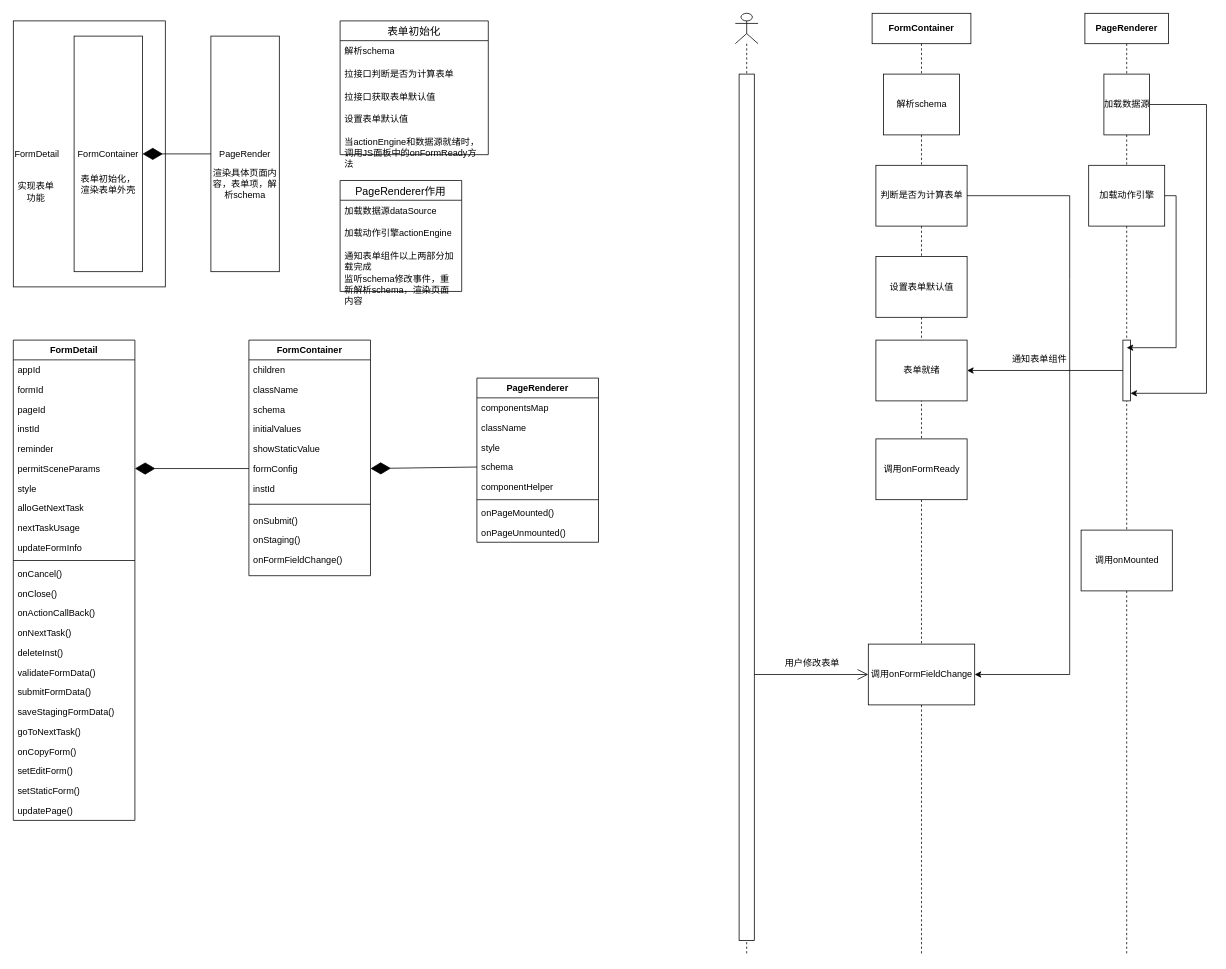
Above: 包含关系图 的副本.drawio in FoxJokerEila/- (draw.io), before the change. Source tidied: cells renumbered, new cells numbered last; positions are measured from the earlier drawing's top-left corner, leaving out a move shared by most shapes. Both pictures are drawn from the tidied source at 76%, with x=0, y=0 at pixel (13, 13).
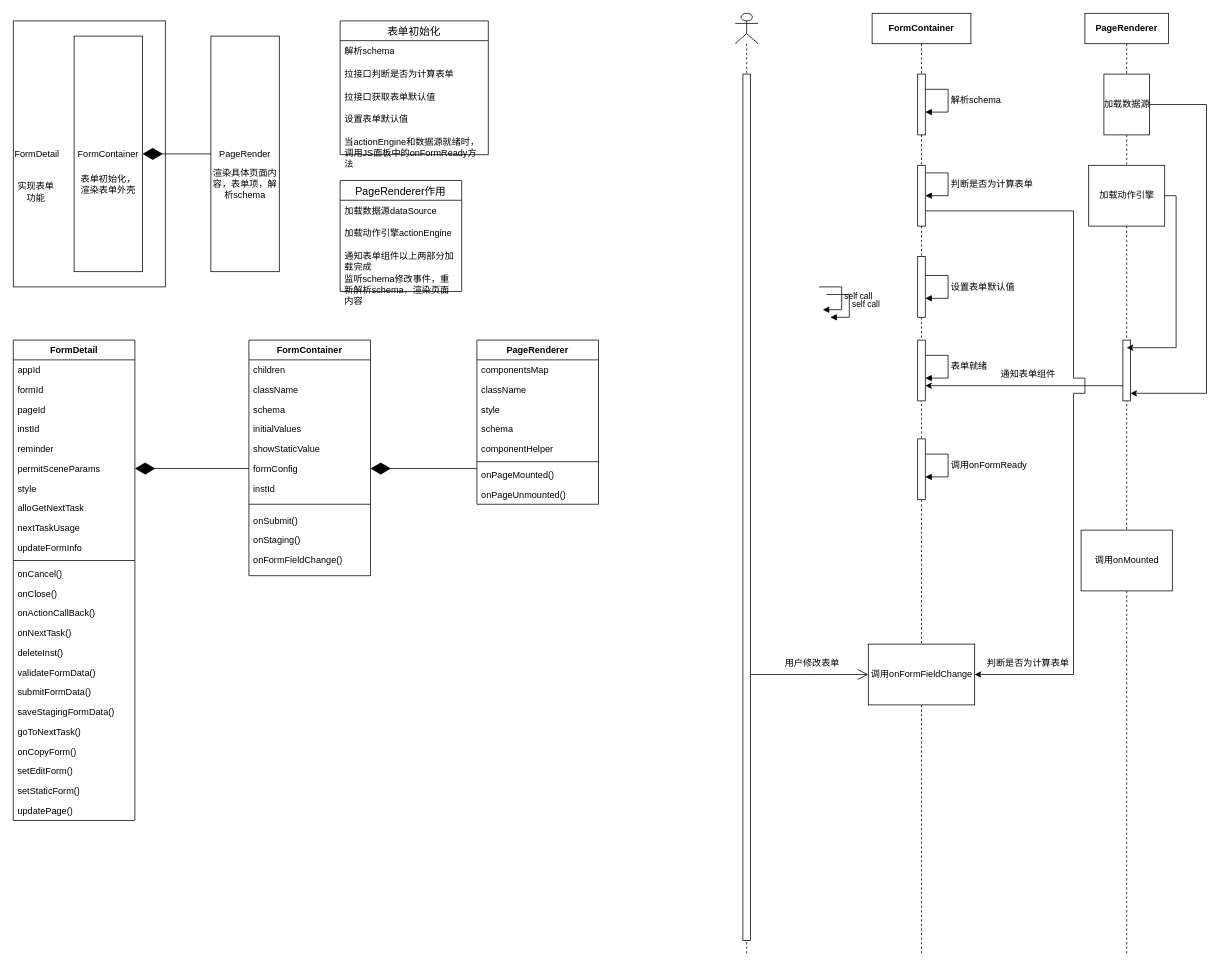
After the change.

Commit message:
更新包含关系图 的副本.drawio

The change refers to these unchanged cells:
```xml
<mxCell id="26" value="formConfig" style="text;align=left;verticalAlign=top;spacingLeft=4;spacingRight=4;overflow=hidden;points=[[0,0.5],[1,0.5]];portConstraint=eastwest;rounded=0;shadow=0;html=0;" parent="20" vertex="1">
  <mxGeometry y="156" width="160" height="26" as="geometry" />
</mxCell>
<mxCell id="36" value="schema" style="text;strokeColor=none;fillColor=none;align=left;verticalAlign=top;spacingLeft=4;spacingRight=4;overflow=hidden;points=[[0,0.5],[1,0.5]];portConstraint=eastwest;whiteSpace=wrap;html=1;" parent="32" vertex="1">
  <mxGeometry y="104" width="160" height="26" as="geometry" />
</mxCell>
<mxCell id="68" value="&lt;span style=&quot;font-weight: 700; text-wrap: nowrap;&quot;&gt;FormContainer&lt;/span&gt;" style="shape=umlLifeline;perimeter=lifelinePerimeter;whiteSpace=wrap;html=1;newEdgeStyle={&quot;curved&quot;:0,&quot;rounded&quot;:0};" parent="1" vertex="1">
  <mxGeometry x="1130" width="130" height="1240" as="geometry" />
</mxCell>
<mxCell id="74" value="调用onFormFieldChange" style="html=1;points=[[0,0,0,0,5],[0,1,0,0,-5],[1,0,0,0,5],[1,1,0,0,-5]];perimeter=orthogonalPerimeter;outlineConnect=0;targetShapes=umlLifeline;portConstraint=eastwest;newEdgeStyle={&quot;curved&quot;:0,&quot;rounded&quot;:0};" parent="68" vertex="1">
  <mxGeometry x="-5" y="830" width="140" height="80" as="geometry" />
</mxCell>
<mxCell id="79" style="html=1;points=[[0,0,0,0,5],[0,1,0,0,-5],[1,0,0,0,5],[1,1,0,0,-5]];perimeter=orthogonalPerimeter;outlineConnect=0;targetShapes=umlLifeline;portConstraint=eastwest;newEdgeStyle={&quot;curved&quot;:0,&quot;rounded&quot;:0};" parent="75" vertex="1">
  <mxGeometry x="50" y="430" width="10" height="80" as="geometry" />
</mxCell>
<mxCell id="84" style="shape=umlLifeline;perimeter=lifelinePerimeter;whiteSpace=wrap;html=1;newEdgeStyle={&quot;curved&quot;:0,&quot;rounded&quot;:0};participant=umlActor;" parent="1" vertex="1">
  <mxGeometry x="950" width="30" height="1240" as="geometry" />
</mxCell>
```

What changed in the source:
```diff
@@
     <mxCell id="32" value="PageRenderer" style="swimlane;fontStyle=1;align=center;verticalAlign=top;horizontal=1;startSize=26;whiteSpace=wrap;html=1;" parent="1" vertex="1">
-      <mxGeometry x="610" y="480" width="160" height="216" as="geometry" />
+      <mxGeometry x="610" y="430" width="160" height="216" as="geometry" />
     </mxCell>
@@
-    <mxCell id="41" style="endArrow=diamondThin;endFill=1;endSize=24;html=1;rounded=0;entryX=1;entryY=0.5;entryDx=0;entryDy=0;exitX=0;exitY=0.5;exitDx=0;exitDy=0;" parent="1" edge="1" source="36" target="26">
-      <mxGeometry relative="1" as="geometry" />
+    <mxCell id="41" style="endArrow=diamondThin;endFill=1;endSize=24;html=1;rounded=0;entryX=1;entryY=0.5;entryDx=0;entryDy=0;" parent="1" edge="1" target="26">
+      <mxGeometry relative="1" as="geometry">
+        <mxPoint x="610" y="599" as="sourcePoint" />
+      </mxGeometry>
     </mxCell>
@@
-    <mxCell id="69" value="解析schema" style="html=1;points=[[0,0,0,0,5],[0,1,0,0,-5],[1,0,0,0,5],[1,1,0,0,-5]];perimeter=orthogonalPerimeter;outlineConnect=0;targetShapes=umlLifeline;portConstraint=eastwest;newEdgeStyle={&quot;curved&quot;:0,&quot;rounded&quot;:0};" parent="68" vertex="1">
-      <mxGeometry x="15" y="80" width="100" height="80" as="geometry" />
+    <mxCell id="69" style="html=1;points=[[0,0,0,0,5],[0,1,0,0,-5],[1,0,0,0,5],[1,1,0,0,-5]];perimeter=orthogonalPerimeter;outlineConnect=0;targetShapes=umlLifeline;portConstraint=eastwest;newEdgeStyle={&quot;curved&quot;:0,&quot;rounded&quot;:0};" parent="68" vertex="1">
+      <mxGeometry x="60" y="80" width="10" height="80" as="geometry" />
     </mxCell>
-    <mxCell id="70" value="判断是否为计算表单" style="html=1;points=[[0,0,0,0,5],[0,1,0,0,-5],[1,0,0,0,5],[1,1,0,0,-5]];perimeter=orthogonalPerimeter;outlineConnect=0;targetShapes=umlLifeline;portConstraint=eastwest;newEdgeStyle={&quot;curved&quot;:0,&quot;rounded&quot;:0};" parent="68" vertex="1">
-      <mxGeometry x="5" y="200" width="120" height="80" as="geometry" />
+    <mxCell id="70" style="html=1;points=[[0,0,0,0,5],[0,1,0,0,-5],[1,0,0,0,5],[1,1,0,0,-5]];perimeter=orthogonalPerimeter;outlineConnect=0;targetShapes=umlLifeline;portConstraint=eastwest;newEdgeStyle={&quot;curved&quot;:0,&quot;rounded&quot;:0};" parent="68" vertex="1">
+      <mxGeometry x="60" y="200" width="10" height="80" as="geometry" />
     </mxCell>
-    <mxCell id="71" value="设置表单默认值" style="html=1;points=[[0,0,0,0,5],[0,1,0,0,-5],[1,0,0,0,5],[1,1,0,0,-5]];perimeter=orthogonalPerimeter;outlineConnect=0;targetShapes=umlLifeline;portConstraint=eastwest;newEdgeStyle={&quot;curved&quot;:0,&quot;rounded&quot;:0};" parent="68" vertex="1">
-      <mxGeometry x="5" y="320" width="120" height="80" as="geometry" />
+    <mxCell id="71" style="html=1;points=[[0,0,0,0,5],[0,1,0,0,-5],[1,0,0,0,5],[1,1,0,0,-5]];perimeter=orthogonalPerimeter;outlineConnect=0;targetShapes=umlLifeline;portConstraint=eastwest;newEdgeStyle={&quot;curved&quot;:0,&quot;rounded&quot;:0};" parent="68" vertex="1">
+      <mxGeometry x="60" y="320" width="10" height="80" as="geometry" />
     </mxCell>
-    <mxCell id="72" value="表单就绪" style="html=1;points=[[0,0,0,0,5],[0,1,0,0,-5],[1,0,0,0,5],[1,1,0,0,-5]];perimeter=orthogonalPerimeter;outlineConnect=0;targetShapes=umlLifeline;portConstraint=eastwest;newEdgeStyle={&quot;curved&quot;:0,&quot;rounded&quot;:0};" parent="68" vertex="1">
-      <mxGeometry x="5" y="430" width="120" height="80" as="geometry" />
+    <mxCell id="72" style="html=1;points=[[0,0,0,0,5],[0,1,0,0,-5],[1,0,0,0,5],[1,1,0,0,-5]];perimeter=orthogonalPerimeter;outlineConnect=0;targetShapes=umlLifeline;portConstraint=eastwest;newEdgeStyle={&quot;curved&quot;:0,&quot;rounded&quot;:0};" parent="68" vertex="1">
+      <mxGeometry x="60" y="430" width="10" height="80" as="geometry" />
     </mxCell>
-    <mxCell id="73" value="调用onFormReady" style="html=1;points=[[0,0,0,0,5],[0,1,0,0,-5],[1,0,0,0,5],[1,1,0,0,-5]];perimeter=orthogonalPerimeter;outlineConnect=0;targetShapes=umlLifeline;portConstraint=eastwest;newEdgeStyle={&quot;curved&quot;:0,&quot;rounded&quot;:0};" parent="68" vertex="1">
-      <mxGeometry x="5" y="560" width="120" height="80" as="geometry" />
+    <mxCell id="73" style="html=1;points=[[0,0,0,0,5],[0,1,0,0,-5],[1,0,0,0,5],[1,1,0,0,-5]];perimeter=orthogonalPerimeter;outlineConnect=0;targetShapes=umlLifeline;portConstraint=eastwest;newEdgeStyle={&quot;curved&quot;:0,&quot;rounded&quot;:0};" parent="68" vertex="1">
+      <mxGeometry x="60" y="560" width="10" height="80" as="geometry" />
     </mxCell>
@@
+    <mxCell id="88" style="edgeStyle=orthogonalEdgeStyle;rounded=0;jettySize=auto;html=1;curved=0;" parent="68" edge="1" source="70" target="74">
+      <mxGeometry relative="1" as="geometry">
+        <Array as="points">
+          <mxPoint x="265" y="260" />
+          <mxPoint x="265" y="480" />
+          <mxPoint x="280" y="480" />
+          <mxPoint x="280" y="500" />
+          <mxPoint x="265" y="500" />
+          <mxPoint x="265" y="870" />
+        </Array>
+      </mxGeometry>
+    </mxCell>
@@
     <mxCell id="82" style="edgeStyle=orthogonalEdgeStyle;rounded=0;jettySize=auto;html=1;curved=0;" parent="1" edge="1" source="79" target="72">
-      <mxGeometry relative="1" as="geometry" />
+      <mxGeometry relative="1" as="geometry">
+        <Array as="points">
+          <mxPoint x="1330" y="490" />
+          <mxPoint x="1330" y="490" />
+        </Array>
+      </mxGeometry>
     </mxCell>
     <mxCell id="83" value="通知表单组件" style="text;html=1;align=center;verticalAlign=middle;strokeColor=none;fillColor=none;" parent="1" vertex="1">
-      <mxGeometry x="1300" y="440" width="100" height="30" as="geometry" />
+      <mxGeometry x="1285" y="460" width="100" height="30" as="geometry" />
     </mxCell>
@@
     <mxCell id="85" style="html=1;points=[[0,0,0,0,5],[0,1,0,0,-5],[1,0,0,0,5],[1,1,0,0,-5]];perimeter=orthogonalPerimeter;outlineConnect=0;targetShapes=umlLifeline;portConstraint=eastwest;newEdgeStyle={&quot;curved&quot;:0,&quot;rounded&quot;:0};" parent="84" vertex="1">
-      <mxGeometry x="5" y="80" width="20" height="1140" as="geometry" />
+      <mxGeometry x="10" y="80" width="10" height="1140" as="geometry" />
     </mxCell>
@@
-    <mxCell id="87" style="endArrow=open;endFill=1;endSize=12;html=1;rounded=0;" parent="1" edge="1" target="74">
+    <mxCell id="87" style="endArrow=open;endFill=1;endSize=12;html=1;rounded=0;" parent="1" edge="1" source="85" target="74">
       <mxGeometry relative="1" as="geometry">
-        <mxPoint x="975" y="870" as="sourcePoint" />
+        <Array as="points">
+          <mxPoint x="1050" y="870" />
+        </Array>
       </mxGeometry>
     </mxCell>
-    <mxCell id="88" style="edgeStyle=orthogonalEdgeStyle;rounded=0;jettySize=auto;html=1;curved=0;" parent="1" edge="1" source="70" target="74">
-      <mxGeometry relative="1" as="geometry">
-        <Array as="points">
-          <mxPoint x="1390" y="240" />
-          <mxPoint x="1390" y="350" />
-          <mxPoint x="1390" y="360" />
-          <mxPoint x="1390" y="360" />
-          <mxPoint x="1390" y="870" />
-        </Array>
-      </mxGeometry>
-    </mxCell>
+    <mxCell id="89" value="&lt;span style=&quot;font-size: 12px; text-align: center; background-color: rgb(251, 251, 251);&quot;&gt;判断是否为计算表单&lt;/span&gt;" style="html=1;align=left;spacingLeft=2;endArrow=block;rounded=0;edgeStyle=orthogonalEdgeStyle;curved=0;rounded=0;" parent="1" edge="1" target="70">
+      <mxGeometry relative="1" as="geometry">
+        <mxPoint x="1200" y="210" as="sourcePoint" />
+        <Array as="points">
+          <mxPoint x="1230" y="210" />
+          <mxPoint x="1230" y="240" />
+        </Array>
+      </mxGeometry>
+    </mxCell>
+    <mxCell id="90" value="判断是否为计算表单" style="text;html=1;align=center;verticalAlign=middle;strokeColor=none;fillColor=none;" parent="1" vertex="1">
+      <mxGeometry x="1270" y="840" width="130" height="30" as="geometry" />
+    </mxCell>
+    <mxCell id="91" value="&lt;span style=&quot;font-size: 12px; text-align: center; background-color: rgb(251, 251, 251);&quot;&gt;解析schema&lt;/span&gt;" style="html=1;align=left;spacingLeft=2;endArrow=block;rounded=0;edgeStyle=orthogonalEdgeStyle;curved=0;rounded=0;" parent="1" edge="1" target="69">
+      <mxGeometry relative="1" as="geometry">
+        <mxPoint x="1200" y="100" as="sourcePoint" />
+        <Array as="points">
+          <mxPoint x="1230" y="100" />
+          <mxPoint x="1230" y="130" />
+        </Array>
+      </mxGeometry>
+    </mxCell>
+    <mxCell id="92" value="&lt;span style=&quot;font-size: 12px; text-align: center; background-color: rgb(251, 251, 251);&quot;&gt;设置表单默认值&lt;/span&gt;" style="html=1;align=left;spacingLeft=2;endArrow=block;rounded=0;edgeStyle=orthogonalEdgeStyle;curved=0;rounded=0;" parent="1" edge="1" target="71">
+      <mxGeometry relative="1" as="geometry">
+        <mxPoint x="1200" y="345" as="sourcePoint" />
+        <Array as="points">
+          <mxPoint x="1230" y="345" />
+          <mxPoint x="1230" y="375" />
+        </Array>
+      </mxGeometry>
+    </mxCell>
+    <mxCell id="93" value="&lt;span style=&quot;font-size: 12px; text-align: center; background-color: rgb(251, 251, 251);&quot;&gt;表单就绪&lt;/span&gt;" style="html=1;align=left;spacingLeft=2;endArrow=block;rounded=0;edgeStyle=orthogonalEdgeStyle;curved=0;rounded=0;" parent="1" edge="1" target="72">
+      <mxGeometry relative="1" as="geometry">
+        <mxPoint x="1200" y="450" as="sourcePoint" />
+        <Array as="points">
+          <mxPoint x="1230" y="450" />
+          <mxPoint x="1230" y="480" />
+        </Array>
+      </mxGeometry>
+    </mxCell>
+    <mxCell id="94" value="self call" style="html=1;align=left;spacingLeft=2;endArrow=block;rounded=0;edgeStyle=orthogonalEdgeStyle;curved=0;rounded=0;" parent="1" edge="1">
+      <mxGeometry relative="1" as="geometry">
+        <mxPoint x="1060" y="360" as="sourcePoint" />
+        <mxPoint x="1065" y="390" as="targetPoint" />
+        <Array as="points">
+          <mxPoint x="1090" y="390" />
+        </Array>
+      </mxGeometry>
+    </mxCell>
+    <mxCell id="95" value="self call" style="html=1;align=left;spacingLeft=2;endArrow=block;rounded=0;edgeStyle=orthogonalEdgeStyle;curved=0;rounded=0;" parent="1" edge="1">
+      <mxGeometry relative="1" as="geometry">
+        <mxPoint x="1070" y="370" as="sourcePoint" />
+        <mxPoint x="1075" y="400" as="targetPoint" />
+        <Array as="points">
+          <mxPoint x="1100" y="400" />
+        </Array>
+      </mxGeometry>
+    </mxCell>
+    <mxCell id="96" value="&lt;span style=&quot;font-size: 12px; text-align: center; background-color: rgb(251, 251, 251);&quot;&gt;调用onFormReady&lt;/span&gt;" style="html=1;align=left;spacingLeft=2;endArrow=block;rounded=0;edgeStyle=orthogonalEdgeStyle;curved=0;rounded=0;" parent="1" edge="1" target="73">
+      <mxGeometry relative="1" as="geometry">
+        <mxPoint x="1200" y="580" as="sourcePoint" />
+        <Array as="points">
+          <mxPoint x="1230" y="580" />
+          <mxPoint x="1230" y="610" />
+        </Array>
+      </mxGeometry>
+    </mxCell>
```
